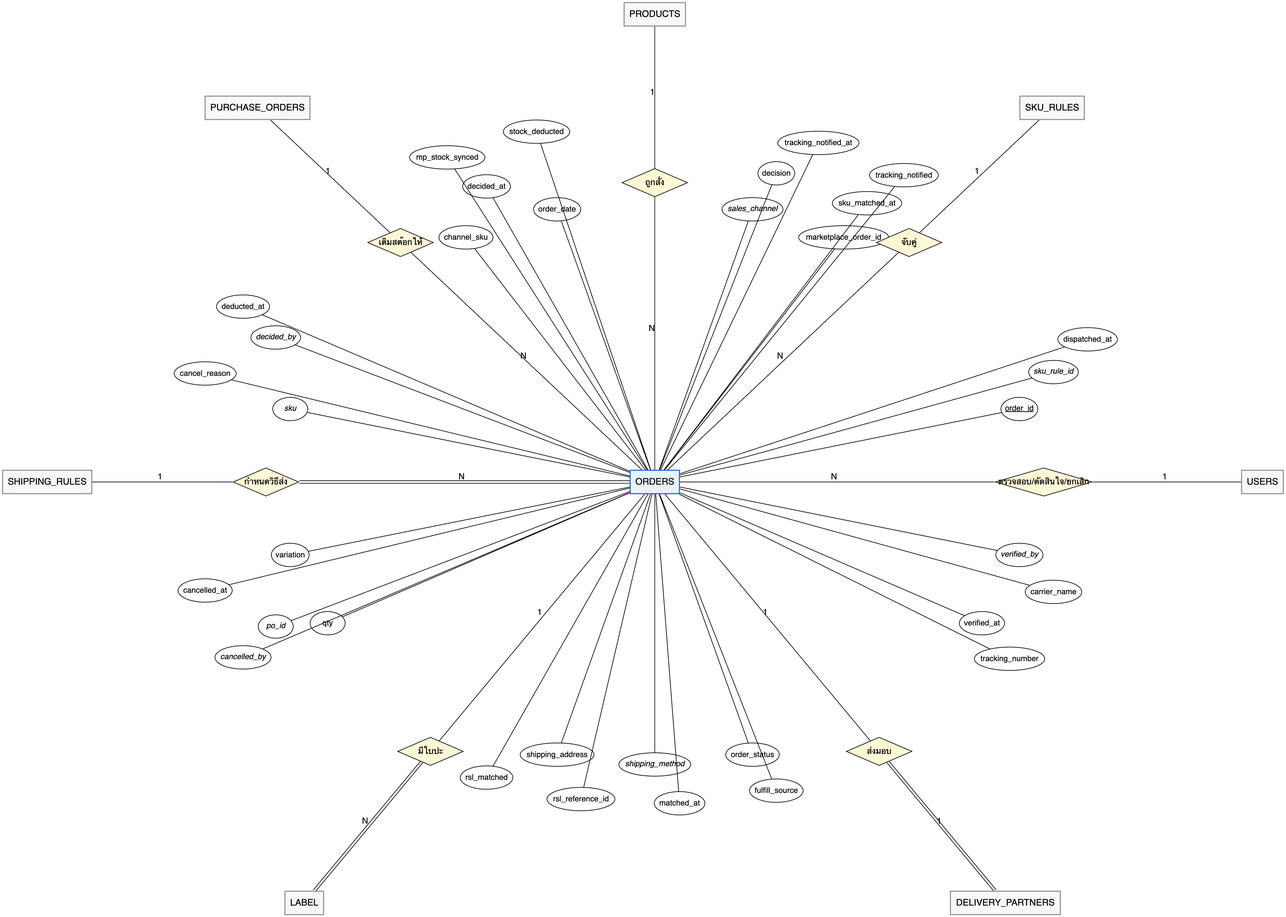
Earlier version of the Graphviz export 04-chapter2-diagrams-database/diagrams/png/er-1.png (xbpkdi/321-sa-proj). Its source is kept beside it as 04-chapter2-diagrams-database/diagrams/src/er-1.dot.
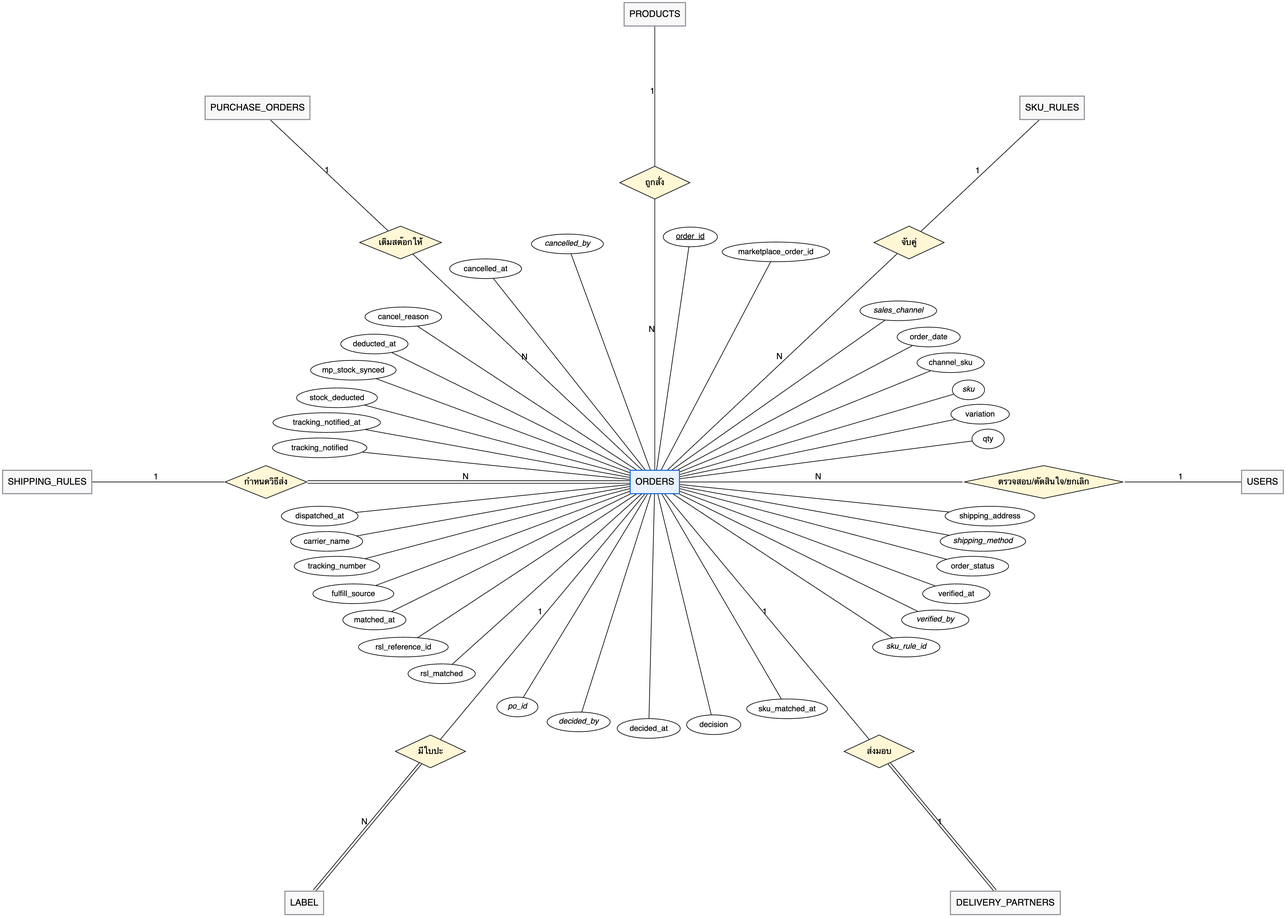
Above is the later version.

Change to the diagram source:
```diff
@@ -1,101 +1,101 @@
 graph ER {
   layout=neato; overlap=true; splines=line; outputorder=edgesfirst;
   node [fontname="Helvetica", fontsize=14]; edge [fontname="Helvetica", fontsize=13];
+  "rel0" [pos="0.00,6.40!", shape=diamond, style=filled, fillcolor="#fff7d6", label="ถูกสั่ง", fontsize=13, fixedsize=true, width=1.50, height=0.7];
+  "products" -- "rel0" [label="1"];
+  "rel0" -- "orders" [label="N"];
+  "rel1" [pos="5.44,5.12!", shape=diamond, style=filled, fillcolor="#fff7d6", label="จับคู่", fontsize=13, fixedsize=true, width=1.50, height=0.7];
+  "sku_rules" -- "rel1" [label="1"];
+  "rel1" -- "orders" [label="N"];
+  "rel2" [pos="-5.44,5.12!", shape=diamond, style=filled, fillcolor="#fff7d6", label="เติมสต๊อกให้", fontsize=13, fixedsize=true, width=1.75, height=0.7];
+  "purchase_orders" -- "rel2" [label="1"];
+  "rel2" -- "orders" [label="N"];
+  "rel3" [pos="-8.32,0.00!", shape=diamond, style=filled, fillcolor="#fff7d6", label="กำหนดวิธีส่ง", fontsize=13, fixedsize=true, width=1.75, height=0.7];
+  "shipping_rules" -- "rel3" [label="1"];
+  "rel3" -- "orders" [label="N", color="black:invis:black"];
+  "rel4" [pos="8.32,0.00!", shape=diamond, style=filled, fillcolor="#fff7d6", label="ตรวจสอบ/ตัดสินใจ/ยกเลิก", fontsize=13, fixedsize=true, width=3.40, height=0.7];
+  "users" -- "rel4" [label="1"];
+  "rel4" -- "orders" [label="N"];
+  "rel5" [pos="-4.80,-5.76!", shape=diamond, style=filled, fillcolor="#fff7d6", label="มีใบปะ", fontsize=13, fixedsize=true, width=1.50, height=0.7];
+  "orders" -- "rel5" [label="1"];
+  "rel5" -- "label" [label="N", color="black:invis:black"];
+  "rel6" [pos="4.80,-5.76!", shape=diamond, style=filled, fillcolor="#fff7d6", label="ส่งมอบ", fontsize=13, fixedsize=true, width=1.50, height=0.7];
+  "orders" -- "rel6" [label="1"];
+  "rel6" -- "delivery_partners" [label="1", color="black:invis:black"];
   "users" [pos="13.00,0.00!", shape=box, style="filled", fillcolor="#f8f8f8", color="#8c8f97", penwidth=1.6, label="USERS"];
   "products" [pos="0.00,10.00!", shape=box, style="filled", fillcolor="#f8f8f8", color="#8c8f97", penwidth=1.6, label="PRODUCTS"];
   "sku_rules" [pos="8.50,8.00!", shape=box, style="filled", fillcolor="#f8f8f8", color="#8c8f97", penwidth=1.6, label="SKU_RULES"];
   "purchase_orders" [pos="-8.50,8.00!", shape=box, style="filled", fillcolor="#f8f8f8", color="#8c8f97", penwidth=1.6, label="PURCHASE_ORDERS"];
   "shipping_rules" [pos="-13.00,0.00!", shape=box, style="filled", fillcolor="#f8f8f8", color="#8c8f97", penwidth=1.6, label="SHIPPING_RULES"];
   "orders" [pos="0.00,0.00!", shape=box, style="filled", fillcolor="#e9f2fe", color="#1868db", penwidth=1.6, label="ORDERS"];
-  "orders.order_id" [pos="7.80,1.56!", shape=ellipse, label=<<u>order_id</u>>, fontsize=12, margin="0.04,0.02"];
+  "orders.order_id" [pos="0.76,5.24!", shape=ellipse, style=filled, fillcolor=white, label=<<u>order_id</u>>, fontsize=12, fixedsize=true, width=1.16, height=0.42];
   "orders" -- "orders.order_id";
-  "orders.marketplace_order_id" [pos="4.04,5.23!", shape=ellipse, label="marketplace_order_id", fontsize=12, margin="0.04,0.02"];
+  "orders.marketplace_order_id" [pos="2.59,4.92!", shape=ellipse, style=filled, fillcolor=white, label="marketplace_order_id", fontsize=12, fixedsize=true, width=2.30, height=0.42];
   "orders" -- "orders.marketplace_order_id";
-  "orders.sales_channel" [pos="2.09,5.83!", shape=ellipse, label=<<i>sales_channel</i>>, fontsize=12, margin="0.04,0.02"];
+  "orders.sales_channel" [pos="5.21,3.66!", shape=ellipse, style=filled, fillcolor=white, label=<<i>sales_channel</i>>, fontsize=12, fixedsize=true, width=1.64, height=0.42];
   "orders" -- "orders.sales_channel";
-  "orders.order_date" [pos="-2.09,5.83!", shape=ellipse, label="order_date", fontsize=12, margin="0.04,0.02"];
+  "orders.order_date" [pos="5.86,3.10!", shape=ellipse, style=filled, fillcolor=white, label="order_date", fontsize=12, fixedsize=true, width=1.35, height=0.42];
   "orders" -- "orders.order_date";
-  "orders.channel_sku" [pos="-4.04,5.23!", shape=ellipse, label="channel_sku", fontsize=12, margin="0.04,0.02"];
+  "orders.channel_sku" [pos="6.33,2.55!", shape=ellipse, style=filled, fillcolor=white, label="channel_sku", fontsize=12, fixedsize=true, width=1.44, height=0.42];
   "orders" -- "orders.channel_sku";
-  "orders.sku" [pos="-7.80,1.56!", shape=ellipse, label=<<i>sku</i>>, fontsize=12, margin="0.04,0.02"];
+  "orders.sku" [pos="6.71,1.97!", shape=ellipse, style=filled, fillcolor=white, label=<<i>sku</i>>, fontsize=12, fixedsize=true, width=0.69, height=0.42];
   "orders" -- "orders.sku";
-  "orders.variation" [pos="-7.80,-1.56!", shape=ellipse, label="variation", fontsize=12, margin="0.04,0.02"];
+  "orders.variation" [pos="6.96,1.45!", shape=ellipse, style=filled, fillcolor=white, label="variation", fontsize=12, fixedsize=true, width=1.25, height=0.42];
   "orders" -- "orders.variation";
-  "orders.qty" [pos="-7.00,-3.02!", shape=ellipse, label="qty", fontsize=12, margin="0.04,0.02"];
+  "orders.qty" [pos="7.13,0.92!", shape=ellipse, style=filled, fillcolor=white, label="qty", fontsize=12, fixedsize=true, width=0.69, height=0.42];
   "orders" -- "orders.qty";
-  "orders.shipping_address" [pos="-2.09,-5.83!", shape=ellipse, label="shipping_address", fontsize=12, margin="0.04,0.02"];
+  "orders.shipping_address" [pos="7.17,-0.73!", shape=ellipse, style=filled, fillcolor=white, label="shipping_address", fontsize=12, fixedsize=true, width=1.92, height=0.42];
   "orders" -- "orders.shipping_address";
-  "orders.shipping_method" [pos="-0.00,-6.04!", shape=ellipse, label=<<i>shipping_method</i>>, fontsize=12, margin="0.04,0.02"];
+  "orders.shipping_method" [pos="7.02,-1.27!", shape=ellipse, style=filled, fillcolor=white, label=<<i>shipping_method</i>>, fontsize=12, fixedsize=true, width=1.83, height=0.42];
   "orders" -- "orders.shipping_method";
-  "orders.order_status" [pos="2.09,-5.83!", shape=ellipse, label="order_status", fontsize=12, margin="0.04,0.02"];
+  "orders.order_status" [pos="6.80,-1.80!", shape=ellipse, style=filled, fillcolor=white, label="order_status", fontsize=12, fixedsize=true, width=1.54, height=0.42];
   "orders" -- "orders.order_status";
-  "orders.verified_at" [pos="7.00,-3.02!", shape=ellipse, label="verified_at", fontsize=12, margin="0.04,0.02"];
+  "orders.verified_at" [pos="6.45,-2.39!", shape=ellipse, style=filled, fillcolor=white, label="verified_at", fontsize=12, fixedsize=true, width=1.44, height=0.42];
   "orders" -- "orders.verified_at";
-  "orders.verified_by" [pos="7.80,-1.56!", shape=ellipse, label=<<i>verified_by</i>>, fontsize=12, margin="0.04,0.02"];
+  "orders.verified_by" [pos="6.00,-2.95!", shape=ellipse, style=filled, fillcolor=white, label=<<i>verified_by</i>>, fontsize=12, fixedsize=true, width=1.44, height=0.42];
   "orders" -- "orders.verified_by";
-  "orders.sku_rule_id" [pos="8.53,2.35!", shape=ellipse, label=<<i>sku_rule_id</i>>, fontsize=12, margin="0.04,0.02"];
+  "orders.sku_rule_id" [pos="5.38,-3.53!", shape=ellipse, style=filled, fillcolor=white, label=<<i>sku_rule_id</i>>, fontsize=12, fixedsize=true, width=1.44, height=0.42];
   "orders" -- "orders.sku_rule_id";
-  "orders.sku_matched_at" [pos="4.54,5.96!", shape=ellipse, label="sku_matched_at", fontsize=12, margin="0.04,0.02"];
+  "orders.sku_matched_at" [pos="2.83,-4.85!", shape=ellipse, style=filled, fillcolor=white, label="sku_matched_at", fontsize=12, fixedsize=true, width=1.73, height=0.42];
   "orders" -- "orders.sku_matched_at";
-  "orders.decision" [pos="2.60,6.60!", shape=ellipse, label="decision", fontsize=12, margin="0.04,0.02"];
+  "orders.decision" [pos="1.26,-5.19!", shape=ellipse, style=filled, fillcolor=white, label="decision", fontsize=12, fixedsize=true, width=1.16, height=0.42];
   "orders" -- "orders.decision";
-  "orders.decided_at" [pos="-3.60,6.32!", shape=ellipse, label="decided_at", fontsize=12, margin="0.04,0.02"];
+  "orders.decided_at" [pos="-0.13,-5.27!", shape=ellipse, style=filled, fillcolor=white, label="decided_at", fontsize=12, fixedsize=true, width=1.35, height=0.42];
   "orders" -- "orders.decided_at";
-  "orders.decided_by" [pos="-8.11,3.09!", shape=ellipse, label=<<i>decided_by</i>>, fontsize=12, margin="0.04,0.02"];
+  "orders.decided_by" [pos="-1.63,-5.13!", shape=ellipse, style=filled, fillcolor=white, label=<<i>decided_by</i>>, fontsize=12, fixedsize=true, width=1.35, height=0.42];
   "orders" -- "orders.decided_by";
-  "orders.po_id" [pos="-8.11,-3.09!", shape=ellipse, label=<<i>po_id</i>>, fontsize=12, margin="0.04,0.02"];
+  "orders.po_id" [pos="-2.94,-4.81!", shape=ellipse, style=filled, fillcolor=white, label=<<i>po_id</i>>, fontsize=12, fixedsize=true, width=0.88, height=0.42];
   "orders" -- "orders.po_id";
-  "orders.rsl_matched" [pos="-3.60,-6.32!", shape=ellipse, label="rsl_matched", fontsize=12, margin="0.04,0.02"];
+  "orders.rsl_matched" [pos="-4.56,-4.10!", shape=ellipse, style=filled, fillcolor=white, label="rsl_matched", fontsize=12, fixedsize=true, width=1.44, height=0.42];
   "orders" -- "orders.rsl_matched";
-  "orders.rsl_reference_id" [pos="-1.58,-6.78!", shape=ellipse, label="rsl_reference_id", fontsize=12, margin="0.04,0.02"];
+  "orders.rsl_reference_id" [pos="-5.38,-3.53!", shape=ellipse, style=filled, fillcolor=white, label="rsl_reference_id", fontsize=12, fixedsize=true, width=1.92, height=0.42];
   "orders" -- "orders.rsl_reference_id";
-  "orders.matched_at" [pos="0.53,-6.87!", shape=ellipse, label="matched_at", fontsize=12, margin="0.04,0.02"];
+  "orders.matched_at" [pos="-6.00,-2.95!", shape=ellipse, style=filled, fillcolor=white, label="matched_at", fontsize=12, fixedsize=true, width=1.35, height=0.42];
   "orders" -- "orders.matched_at";
-  "orders.fulfill_source" [pos="2.60,-6.60!", shape=ellipse, label="fulfill_source", fontsize=12, margin="0.04,0.02"];
+  "orders.fulfill_source" [pos="-6.45,-2.39!", shape=ellipse, style=filled, fillcolor=white, label="fulfill_source", fontsize=12, fixedsize=true, width=1.73, height=0.42];
   "orders" -- "orders.fulfill_source";
-  "orders.tracking_number" [pos="7.59,-3.78!", shape=ellipse, label="tracking_number", fontsize=12, margin="0.04,0.02"];
+  "orders.tracking_number" [pos="-6.80,-1.80!", shape=ellipse, style=filled, fillcolor=white, label="tracking_number", fontsize=12, fixedsize=true, width=1.83, height=0.42];
   "orders" -- "orders.tracking_number";
-  "orders.carrier_name" [pos="8.53,-2.35!", shape=ellipse, label="carrier_name", fontsize=12, margin="0.04,0.02"];
+  "orders.carrier_name" [pos="-7.02,-1.27!", shape=ellipse, style=filled, fillcolor=white, label="carrier_name", fontsize=12, fixedsize=true, width=1.54, height=0.42];
   "orders" -- "orders.carrier_name";
-  "orders.dispatched_at" [pos="9.26,3.05!", shape=ellipse, label="dispatched_at", fontsize=12, margin="0.04,0.02"];
+  "orders.dispatched_at" [pos="-7.17,-0.73!", shape=ellipse, style=filled, fillcolor=white, label="dispatched_at", fontsize=12, fixedsize=true, width=1.64, height=0.42];
   "orders" -- "orders.dispatched_at";
-  "orders.tracking_notified" [pos="5.33,6.56!", shape=ellipse, label="tracking_notified", fontsize=12, margin="0.04,0.02"];
+  "orders.tracking_notified" [pos="-7.17,0.73!", shape=ellipse, style=filled, fillcolor=white, label="tracking_notified", fontsize=12, fixedsize=true, width=2.02, height=0.42];
   "orders" -- "orders.tracking_notified";
-  "orders.tracking_notified_at" [pos="3.50,7.25!", shape=ellipse, label="tracking_notified_at", fontsize=12, margin="0.04,0.02"];
+  "orders.tracking_notified_at" [pos="-7.02,1.27!", shape=ellipse, style=filled, fillcolor=white, label="tracking_notified_at", fontsize=12, fixedsize=true, width=2.30, height=0.42];
   "orders" -- "orders.tracking_notified_at";
-  "orders.stock_deducted" [pos="-2.53,7.49!", shape=ellipse, label="stock_deducted", fontsize=12, margin="0.04,0.02"];
+  "orders.stock_deducted" [pos="-6.80,1.80!", shape=ellipse, style=filled, fillcolor=white, label="stock_deducted", fontsize=12, fixedsize=true, width=1.73, height=0.42];
   "orders" -- "orders.stock_deducted";
-  "orders.mp_stock_synced" [pos="-4.44,6.94!", shape=ellipse, label="mp_stock_synced", fontsize=12, margin="0.04,0.02"];
+  "orders.mp_stock_synced" [pos="-6.45,2.39!", shape=ellipse, style=filled, fillcolor=white, label="mp_stock_synced", fontsize=12, fixedsize=true, width=1.83, height=0.42];
   "orders" -- "orders.mp_stock_synced";
-  "orders.deducted_at" [pos="-8.81,3.75!", shape=ellipse, label="deducted_at", fontsize=12, margin="0.04,0.02"];
+  "orders.deducted_at" [pos="-6.00,2.95!", shape=ellipse, style=filled, fillcolor=white, label="deducted_at", fontsize=12, fixedsize=true, width=1.44, height=0.42];
   "orders" -- "orders.deducted_at";
-  "orders.cancel_reason" [pos="-9.62,2.32!", shape=ellipse, label="cancel_reason", fontsize=12, margin="0.04,0.02"];
+  "orders.cancel_reason" [pos="-5.38,3.53!", shape=ellipse, style=filled, fillcolor=white, label="cancel_reason", fontsize=12, fixedsize=true, width=1.64, height=0.42];
   "orders" -- "orders.cancel_reason";
-  "orders.cancelled_at" [pos="-9.62,-2.32!", shape=ellipse, label="cancelled_at", fontsize=12, margin="0.04,0.02"];
+  "orders.cancelled_at" [pos="-3.62,4.56!", shape=ellipse, style=filled, fillcolor=white, label="cancelled_at", fontsize=12, fixedsize=true, width=1.54, height=0.42];
   "orders" -- "orders.cancelled_at";
-  "orders.cancelled_by" [pos="-8.81,-3.75!", shape=ellipse, label=<<i>cancelled_by</i>>, fontsize=12, margin="0.04,0.02"];
+  "orders.cancelled_by" [pos="-1.87,5.09!", shape=ellipse, style=filled, fillcolor=white, label=<<i>cancelled_by</i>>, fontsize=12, fixedsize=true, width=1.54, height=0.42];
   "orders" -- "orders.cancelled_by";
   "label" [pos="-7.50,-9.00!", shape=box, style="filled", fillcolor="#f8f8f8", color="#8c8f97", penwidth=1.6, label="LABEL"];
   "delivery_partners" [pos="7.50,-9.00!", shape=box, style="filled", fillcolor="#f8f8f8", color="#8c8f97", penwidth=1.6, label="DELIVERY_PARTNERS"];
-  "rel0" [pos="0.00,6.40!", shape=diamond, style=filled, fillcolor="#fff7d6", label="ถูกสั่ง", fontsize=13, fixedsize=true, width=1.40, height=0.6];
-  "products" -- "rel0" [label="1"];
-  "rel0" -- "orders" [label="N"];
-  "rel1" [pos="5.44,5.12!", shape=diamond, style=filled, fillcolor="#fff7d6", label="จับคู่", fontsize=13, fixedsize=true, width=1.40, height=0.6];
-  "sku_rules" -- "rel1" [label="1"];
-  "rel1" -- "orders" [label="N"];
-  "rel2" [pos="-5.44,5.12!", shape=diamond, style=filled, fillcolor="#fff7d6", label="เติมสต๊อกให้", fontsize=13, fixedsize=true, width=1.40, height=0.6];
-  "purchase_orders" -- "rel2" [label="1"];
-  "rel2" -- "orders" [label="N"];
-  "rel3" [pos="-8.32,0.00!", shape=diamond, style=filled, fillcolor="#fff7d6", label="กำหนดวิธีส่ง", fontsize=13, fixedsize=true, width=1.40, height=0.6];
-  "shipping_rules" -- "rel3" [label="1"];
-  "rel3" -- "orders" [label="N", color="black:invis:black"];
-  "rel4" [pos="8.32,0.00!", shape=diamond, style=filled, fillcolor="#fff7d6", label="ตรวจสอบ/ตัดสินใจ/ยกเลิก", fontsize=13, fixedsize=true, width=2.07, height=0.6];
-  "users" -- "rel4" [label="1"];
-  "rel4" -- "orders" [label="N"];
-  "rel5" [pos="-4.80,-5.76!", shape=diamond, style=filled, fillcolor="#fff7d6", label="มีใบปะ", fontsize=13, fixedsize=true, width=1.40, height=0.6];
-  "orders" -- "rel5" [label="1"];
-  "rel5" -- "label" [label="N", color="black:invis:black"];
-  "rel6" [pos="4.80,-5.76!", shape=diamond, style=filled, fillcolor="#fff7d6", label="ส่งมอบ", fontsize=13, fixedsize=true, width=1.40, height=0.6];
-  "orders" -- "rel6" [label="1"];
-  "rel6" -- "delivery_partners" [label="1", color="black:invis:black"];
 }
```
